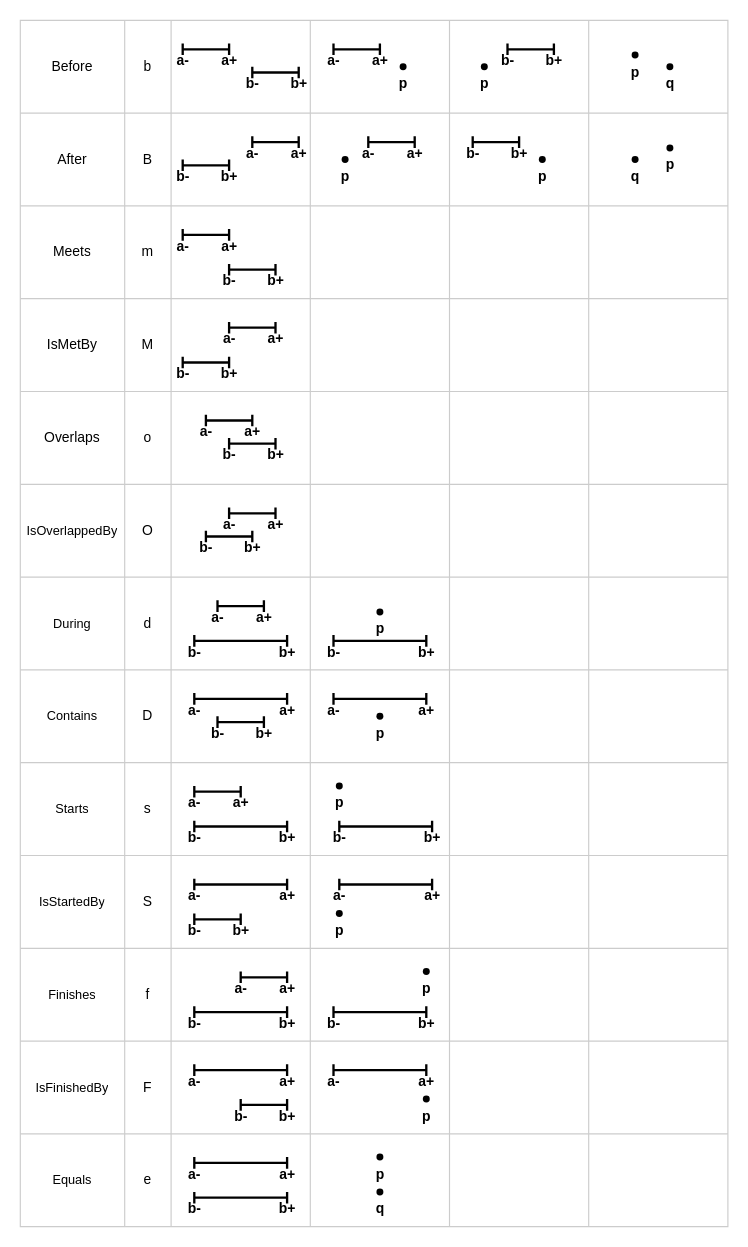
Earlier version of the draw.io diagram page "Relations" (1 of 3) of res/resources.drawio (gchudnov/mindthegap). Source tidied: cells renumbered, new cells numbered last; positions are measured from the earlier drawing's top-left corner, leaving out a move shared by most shapes. Both pictures are drawn from the tidied source at 116%, with x=0, y=0 at pixel (20, 20).
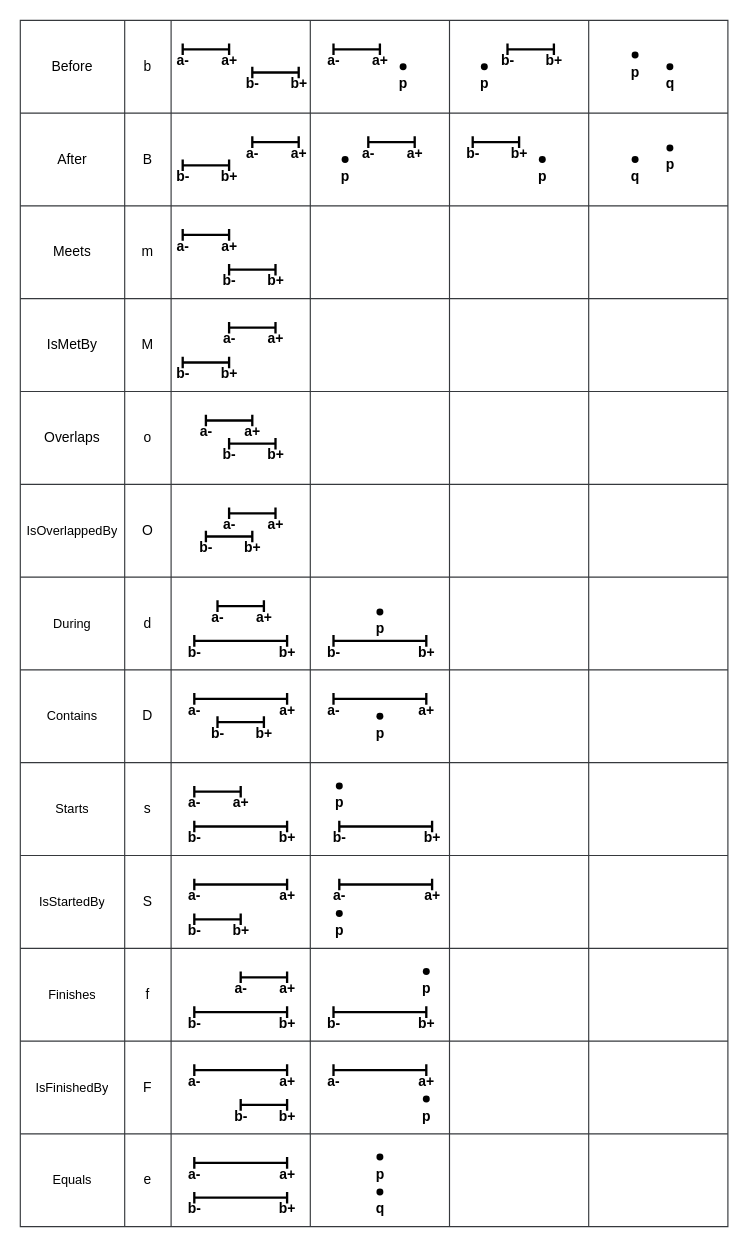
After the change.

The edit, as a diff of the source:
```diff
@@
-    <mxCell id="2" style="shape=table;html=1;whiteSpace=wrap;startSize=0;childLayout=tableLayout;strokeWidth=1;strokeColor=#CCCCCC;" parent="1" vertex="1">
+    <mxCell id="2" style="shape=table;html=1;whiteSpace=wrap;startSize=0;childLayout=tableLayout;strokeWidth=1;strokeColor=#36393d;fillColor=none;" parent="1" vertex="1">
       <mxGeometry width="610" height="1040" as="geometry" />
     </mxCell>
```
